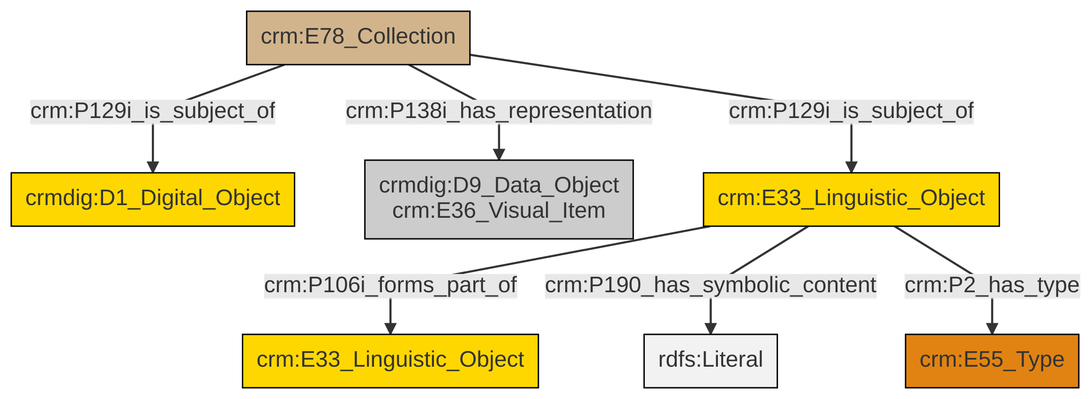
The Mermaid diagram et/archivalCSV/ttl/mmd/png/archival_docs.png in swiss-art-research-net/docs.swissartresearch, before a commit. Its source is kept beside it as et/archivalCSV/ttl/mmd/archival_docs.ttl.mmd.
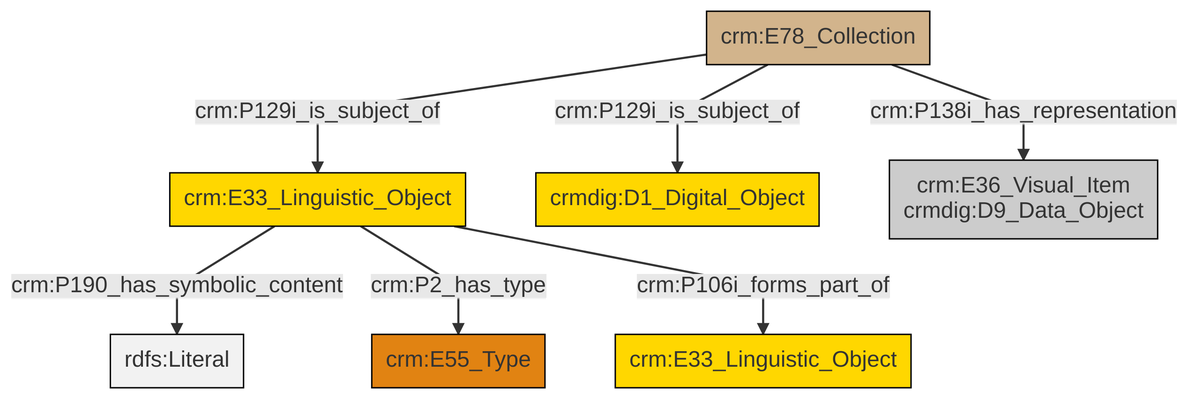
After the commit.

Diff of the diagram source:
```diff
@@ -13,9 +13,9 @@
 classDef PC_Classes fill:#4ce600, stroke:#000000;
 classDef Multi fill:#cccccc,stroke:#000000;
 
-6["crm:E78_Collection"]:::Physical_Thing -->|crm:P129i_is_subject_of| 0["crmdig:D1_Digital_Object"]:::Conceptual_Object
-7["crm:E33_Linguistic_Object"]:::Conceptual_Object -->|crm:P106i_forms_part_of| 9["crm:E33_Linguistic_Object"]:::Conceptual_Object
-7["crm:E33_Linguistic_Object"]:::Conceptual_Object -->|crm:P190_has_symbolic_content| 10[rdfs:Literal]:::Literal
-6["crm:E78_Collection"]:::Physical_Thing -->|crm:P138i_has_representation| 2["crmdig:D9_Data_Object<br>crm:E36_Visual_Item"]:::Multi
-6["crm:E78_Collection"]:::Physical_Thing -->|crm:P129i_is_subject_of| 7["crm:E33_Linguistic_Object"]:::Conceptual_Object
-7["crm:E33_Linguistic_Object"]:::Conceptual_Object -->|crm:P2_has_type| 4["crm:E55_Type"]:::Type
+4["crm:E33_Linguistic_Object"]:::Conceptual_Object -->|crm:P190_has_symbolic_content| 5[rdfs:Literal]:::Literal
+4["crm:E33_Linguistic_Object"]:::Conceptual_Object -->|crm:P2_has_type| 8["crm:E55_Type"]:::Type
+2["crm:E78_Collection"]:::Physical_Thing -->|crm:P138i_has_representation| 10["crm:E36_Visual_Item<br>crmdig:D9_Data_Object"]:::Multi
+2["crm:E78_Collection"]:::Physical_Thing -->|crm:P129i_is_subject_of| 4["crm:E33_Linguistic_Object"]:::Conceptual_Object
+2["crm:E78_Collection"]:::Physical_Thing -->|crm:P129i_is_subject_of| 6["crmdig:D1_Digital_Object"]:::Conceptual_Object
+4["crm:E33_Linguistic_Object"]:::Conceptual_Object -->|crm:P106i_forms_part_of| 0["crm:E33_Linguistic_Object"]:::Conceptual_Object
```
